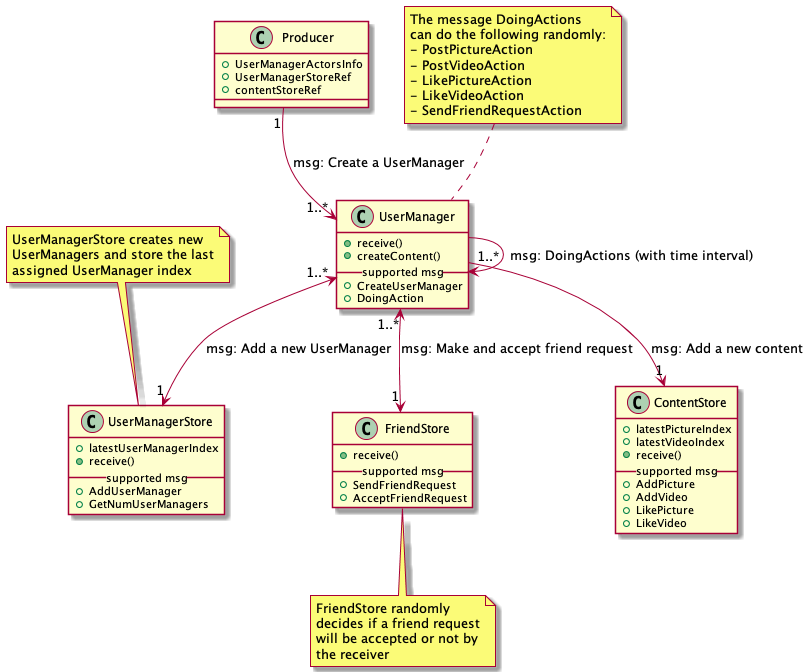
Before: diagrams/output/producer_actors.png, a diagram exported from PlantUML (Esme-Projet-8/Data_Producer). Its diagram source:
```plantuml
@startuml

class Producer {
    +UserManagerActorsInfo
    +UserManagerStoreRef
    +contentStoreRef
}

class ContentStore {
    +latestPictureIndex
    +latestVideoIndex
    +receive()
    __ supported msg __
    +AddPicture
    +AddVideo
    +LikePicture
    +LikeVideo
}

class UserManagerStore {
    +latestUserManagerIndex
    +receive()
    __ supported msg __
    +AddUserManager
    +GetNumUserManagers
}
note top of UserManagerStore
   UserManagerStore creates new
   UserManagers and store the last
   assigned UserManager index
end note

class UserManager {
    +receive()
    +createContent()
    __ supported msg __
    +CreateUserManager
    +DoingAction
}
note top of UserManager
    The message DoingActions
    can do the following randomly:
    - PostPictureAction
    - PostVideoAction
    - LikePictureAction
    - LikeVideoAction
    - SendFriendRequestAction
end note

class FriendStore {
    +receive()
    __ supported msg __
    +SendFriendRequest
    +AcceptFriendRequest
}
note bottom of FriendStore
   FriendStore randomly
   decides if a friend request
   will be accepted or not by
   the receiver
end note

Producer "1" --> "1..*" UserManager : msg: Create a UserManager
UserManager --> UserManager : msg: DoingActions (with time interval)
UserManager "1..*" <--> "1" UserManagerStore : msg: Add a new UserManager
UserManager "1..*" --> "1" ContentStore : msg: Add a new content
UserManager "1..*" <--> "1" FriendStore : msg: Make and accept friend request
@enduml
```
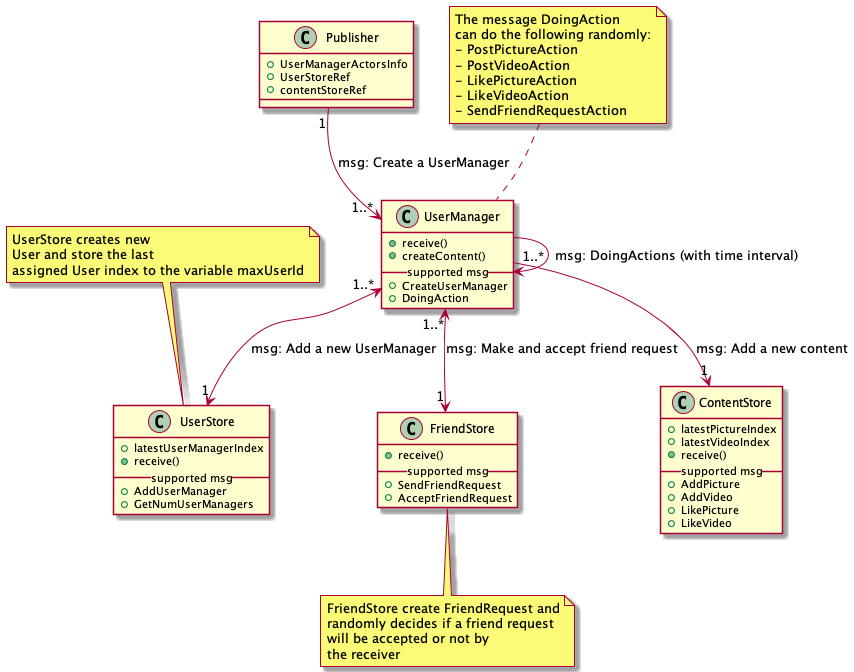
After the change.

Commit message:
Send all messages to PubSub and update diagrams

Change to the diagram source:
```diff
@@ -1,8 +1,8 @@
 @startuml
 
-class Producer {
+class Publisher {
     +UserManagerActorsInfo
-    +UserManagerStoreRef
+    +UserStoreRef
     +contentStoreRef
 }
 
@@ -17,17 +17,17 @@
     +LikeVideo
 }
 
-class UserManagerStore {
+class UserStore {
     +latestUserManagerIndex
     +receive()
     __ supported msg __
     +AddUserManager
     +GetNumUserManagers
 }
-note top of UserManagerStore
-   UserManagerStore creates new
-   UserManagers and store the last
-   assigned UserManager index
+note top of UserStore
+   UserStore creates new
+   User and store the last
+   assigned User index to the variable maxUserId
 end note
 
 class UserManager {
@@ -38,7 +38,7 @@
     +DoingAction
 }
 note top of UserManager
-    The message DoingActions
+    The message DoingAction
     can do the following randomly:
     - PostPictureAction
     - PostVideoAction
@@ -54,15 +54,15 @@
     +AcceptFriendRequest
 }
 note bottom of FriendStore
-   FriendStore randomly
-   decides if a friend request
+   FriendStore create FriendRequest and
+   randomly decides if a friend request
    will be accepted or not by
    the receiver
 end note
 
-Producer "1" --> "1..*" UserManager : msg: Create a UserManager
+Publisher "1" --> "1..*" UserManager : msg: Create a UserManager
 UserManager --> UserManager : msg: DoingActions (with time interval)
-UserManager "1..*" <--> "1" UserManagerStore : msg: Add a new UserManager
+UserManager "1..*" <--> "1" UserStore : msg: Add a new UserManager
 UserManager "1..*" --> "1" ContentStore : msg: Add a new content
 UserManager "1..*" <--> "1" FriendStore : msg: Make and accept friend request
 @enduml
```
